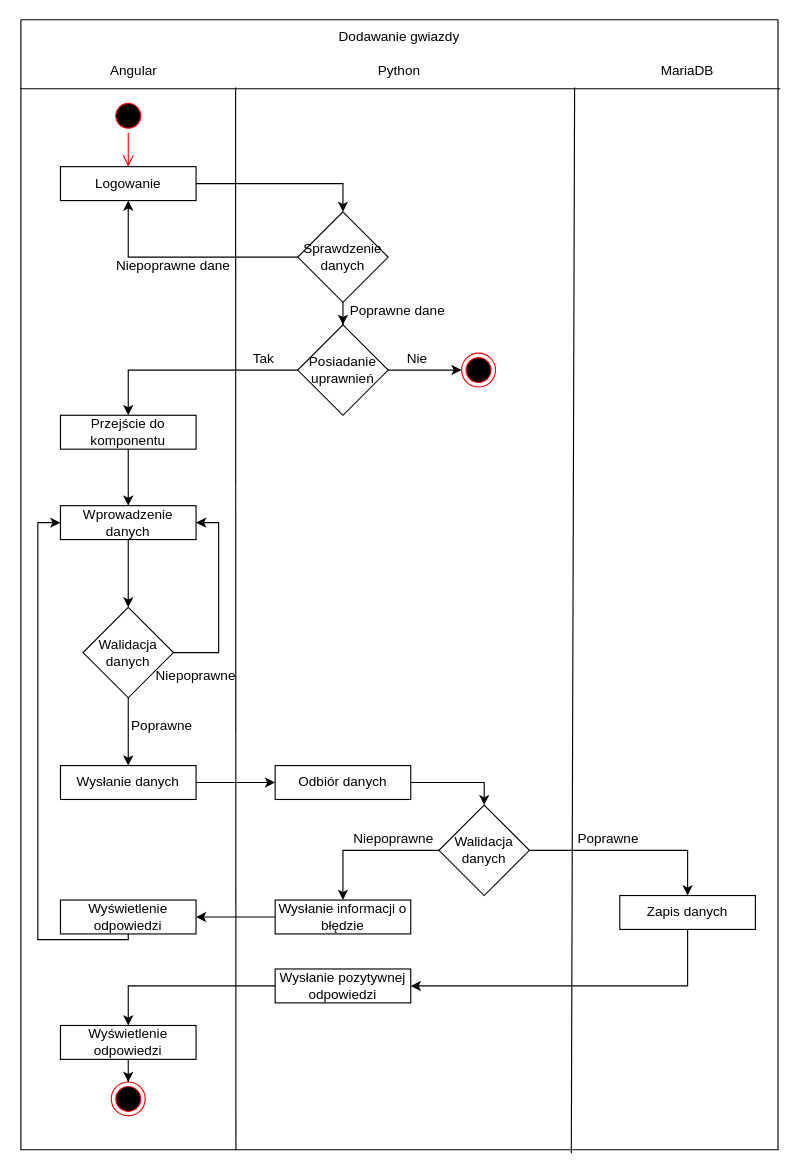
Above: Diagram/AddStar.drawio in Quadium9/Projekt_I (draw.io), before the change. Source tidied: cells renumbered, new cells numbered last; positions are measured from the earlier drawing's top-left corner, leaving out a move shared by most shapes. Both pictures are drawn from the tidied source at 113%, with x=0, y=0 at pixel (20, 19).
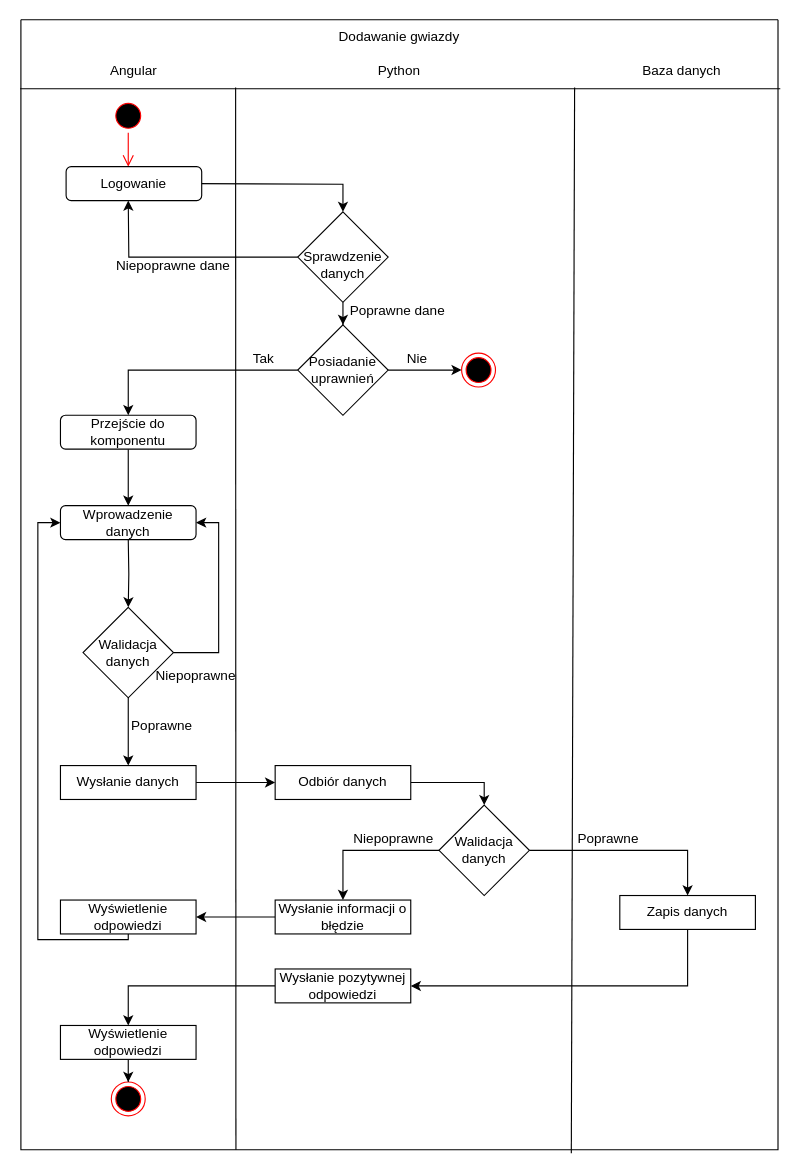
The same diagram, later.

The change refers to these unchanged cells:
```xml
<mxCell id="2" style="swimlane;startSize=0;" parent="1" vertex="1">
  <mxGeometry width="670" height="1000" as="geometry" />
</mxCell>
<mxCell id="18" value="Posiadanie uprawnień" style="rhombus;whiteSpace=wrap;html=1;" parent="2" vertex="1">
  <mxGeometry x="245" y="270" width="80" height="80" as="geometry" />
</mxCell>
<mxCell id="36" value="Wyświetlenie odpowiedzi" style="rounded=0;whiteSpace=wrap;html=1;" parent="2" vertex="1">
  <mxGeometry x="35" y="779" width="120" height="30" as="geometry" />
</mxCell>
<mxCell id="47" value="Walidacja danych" style="rhombus;whiteSpace=wrap;html=1;" parent="2" vertex="1">
  <mxGeometry x="55" y="520" width="80" height="80" as="geometry" />
</mxCell>
```

Diff of the diagram source:
```diff
@@
-    <mxCell id="4" value="MariaDB" style="text;html=1;strokeColor=none;fillColor=none;align=center;verticalAlign=middle;whiteSpace=wrap;rounded=0;" parent="2" vertex="1">
-      <mxGeometry x="560" y="30" width="60" height="30" as="geometry" />
-    </mxCell>
@@
-    <mxCell id="9" style="edgeStyle=orthogonalEdgeStyle;rounded=0;jettySize=auto;html=1;entryX=0.5;entryY=0;entryDx=0;entryDy=0;" parent="2" edge="1" source="10" target="15">
-      <mxGeometry relative="1" as="geometry" />
+    <mxCell id="9" style="edgeStyle=orthogonalEdgeStyle;rounded=0;jettySize=auto;html=1;entryX=0.5;entryY=0;entryDx=0;entryDy=0;" parent="2" edge="1" target="15">
+      <mxGeometry relative="1" as="geometry">
+        <mxPoint x="155" y="145" as="sourcePoint" />
+      </mxGeometry>
     </mxCell>
-    <mxCell id="10" value="Logowanie" style="rounded=0;whiteSpace=wrap;html=1;" parent="2" vertex="1">
-      <mxGeometry x="35" y="130" width="120" height="30" as="geometry" />
-    </mxCell>
@@
-    <mxCell id="13" style="edgeStyle=orthogonalEdgeStyle;rounded=0;jettySize=auto;html=1;entryX=0.5;entryY=1;entryDx=0;entryDy=0;" parent="2" edge="1" source="15" target="10">
-      <mxGeometry relative="1" as="geometry" />
+    <mxCell id="13" style="edgeStyle=orthogonalEdgeStyle;rounded=0;jettySize=auto;html=1;entryX=0.5;entryY=1;entryDx=0;entryDy=0;" parent="2" edge="1" source="15">
+      <mxGeometry relative="1" as="geometry">
+        <mxPoint x="95" y="160" as="targetPoint" />
+      </mxGeometry>
     </mxCell>
@@
-    <mxCell id="15" value="Sprawdzenie danych" style="rhombus;whiteSpace=wrap;html=1;" parent="2" vertex="1">
+    <mxCell id="15" value="&lt;br&gt;Sprawdzenie danych" style="rhombus;whiteSpace=wrap;html=1;" parent="2" vertex="1">
       <mxGeometry x="245" y="170" width="80" height="80" as="geometry" />
     </mxCell>
@@
-    <mxCell id="17" style="edgeStyle=orthogonalEdgeStyle;rounded=0;jettySize=auto;html=1;entryX=0.5;entryY=0;entryDx=0;entryDy=0;" parent="2" edge="1" source="18" target="20">
-      <mxGeometry relative="1" as="geometry" />
+    <mxCell id="17" style="edgeStyle=orthogonalEdgeStyle;rounded=0;jettySize=auto;html=1;entryX=0.5;entryY=0;entryDx=0;entryDy=0;" parent="2" edge="1" source="18">
+      <mxGeometry relative="1" as="geometry">
+        <mxPoint x="95" y="350" as="targetPoint" />
+        <Array as="points">
+          <mxPoint x="95" y="310" />
+        </Array>
+      </mxGeometry>
     </mxCell>
@@
-    <mxCell id="19" style="edgeStyle=orthogonalEdgeStyle;rounded=0;jettySize=auto;html=1;entryX=0.5;entryY=0;entryDx=0;entryDy=0;" parent="2" edge="1" source="20" target="23">
-      <mxGeometry relative="1" as="geometry" />
+    <mxCell id="19" style="edgeStyle=orthogonalEdgeStyle;rounded=0;orthogonalLoop=1;jettySize=auto;html=1;entryX=0.5;entryY=0;entryDx=0;entryDy=0;" parent="2" edge="1">
+      <mxGeometry relative="1" as="geometry">
+        <mxPoint x="95" y="380" as="sourcePoint" />
+        <mxPoint x="95" y="430" as="targetPoint" />
+      </mxGeometry>
     </mxCell>
-    <mxCell id="20" value="Przejście do komponentu" style="rounded=0;whiteSpace=wrap;html=1;" parent="2" vertex="1">
-      <mxGeometry x="35" y="350" width="120" height="30" as="geometry" />
-    </mxCell>
@@
-    <mxCell id="22" style="edgeStyle=orthogonalEdgeStyle;rounded=0;jettySize=auto;html=1;entryX=0.5;entryY=0;entryDx=0;entryDy=0;" parent="2" edge="1" source="23" target="47">
-      <mxGeometry relative="1" as="geometry" />
+    <mxCell id="22" style="edgeStyle=orthogonalEdgeStyle;rounded=0;jettySize=auto;html=1;entryX=0.5;entryY=0;entryDx=0;entryDy=0;" parent="2" edge="1" target="47">
+      <mxGeometry relative="1" as="geometry">
+        <mxPoint x="95" y="460" as="sourcePoint" />
+      </mxGeometry>
     </mxCell>
-    <mxCell id="23" value="Wprowadzenie danych" style="rounded=0;whiteSpace=wrap;html=1;" parent="2" vertex="1">
-      <mxGeometry x="35" y="430" width="120" height="30" as="geometry" />
-    </mxCell>
@@
-    <mxCell id="35" style="edgeStyle=orthogonalEdgeStyle;rounded=0;jettySize=auto;html=1;entryX=0;entryY=0.5;entryDx=0;entryDy=0;" parent="2" edge="1" source="36" target="23">
+    <mxCell id="35" style="edgeStyle=orthogonalEdgeStyle;rounded=0;jettySize=auto;html=1;entryX=0;entryY=0.5;entryDx=0;entryDy=0;" parent="2" edge="1" source="36">
       <mxGeometry relative="1" as="geometry">
+        <mxPoint x="35" y="445" as="targetPoint" />
         <Array as="points">
           <mxPoint x="15" y="814" />
           <mxPoint x="15" y="445" />
         </Array>
       </mxGeometry>
     </mxCell>
@@
-    <mxCell id="46" style="edgeStyle=orthogonalEdgeStyle;rounded=0;jettySize=auto;html=1;entryX=1;entryY=0.5;entryDx=0;entryDy=0;" parent="2" edge="1" source="47" target="23">
+    <mxCell id="46" style="edgeStyle=orthogonalEdgeStyle;rounded=0;jettySize=auto;html=1;entryX=1;entryY=0.5;entryDx=0;entryDy=0;" parent="2" edge="1" source="47">
       <mxGeometry relative="1" as="geometry">
+        <mxPoint x="155" y="445" as="targetPoint" />
         <Array as="points">
           <mxPoint x="175" y="560" />
           <mxPoint x="175" y="445" />
         </Array>
       </mxGeometry>
     </mxCell>
@@
+    <mxCell id="54" value="Baza danych" style="text;html=1;strokeColor=none;fillColor=none;align=center;verticalAlign=middle;whiteSpace=wrap;rounded=0;" parent="2" vertex="1">
+      <mxGeometry x="540" y="30" width="90" height="30" as="geometry" />
+    </mxCell>
+    <mxCell id="10" value="&lt;span&gt;Logowanie&lt;/span&gt;" style="rounded=1;whiteSpace=wrap;html=1;" parent="2" vertex="1">
+      <mxGeometry x="40" y="130" width="120" height="30" as="geometry" />
+    </mxCell>
+    <mxCell id="20" value="Przejście do komponentu" style="rounded=1;whiteSpace=wrap;html=1;" parent="2" vertex="1">
+      <mxGeometry x="35" y="350" width="120" height="30" as="geometry" />
+    </mxCell>
+    <mxCell id="23" value="Wprowadzenie danych" style="rounded=1;whiteSpace=wrap;html=1;" parent="2" vertex="1">
+      <mxGeometry x="35" y="430" width="120" height="30" as="geometry" />
+    </mxCell>
```
